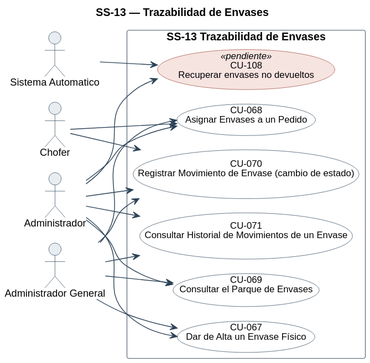
Earlier version of the PlantUML export diagramas/uml/CU_SS-13_Trazabilidad-De-Envases.svg (Nahuelito-Dev/splg-docs).
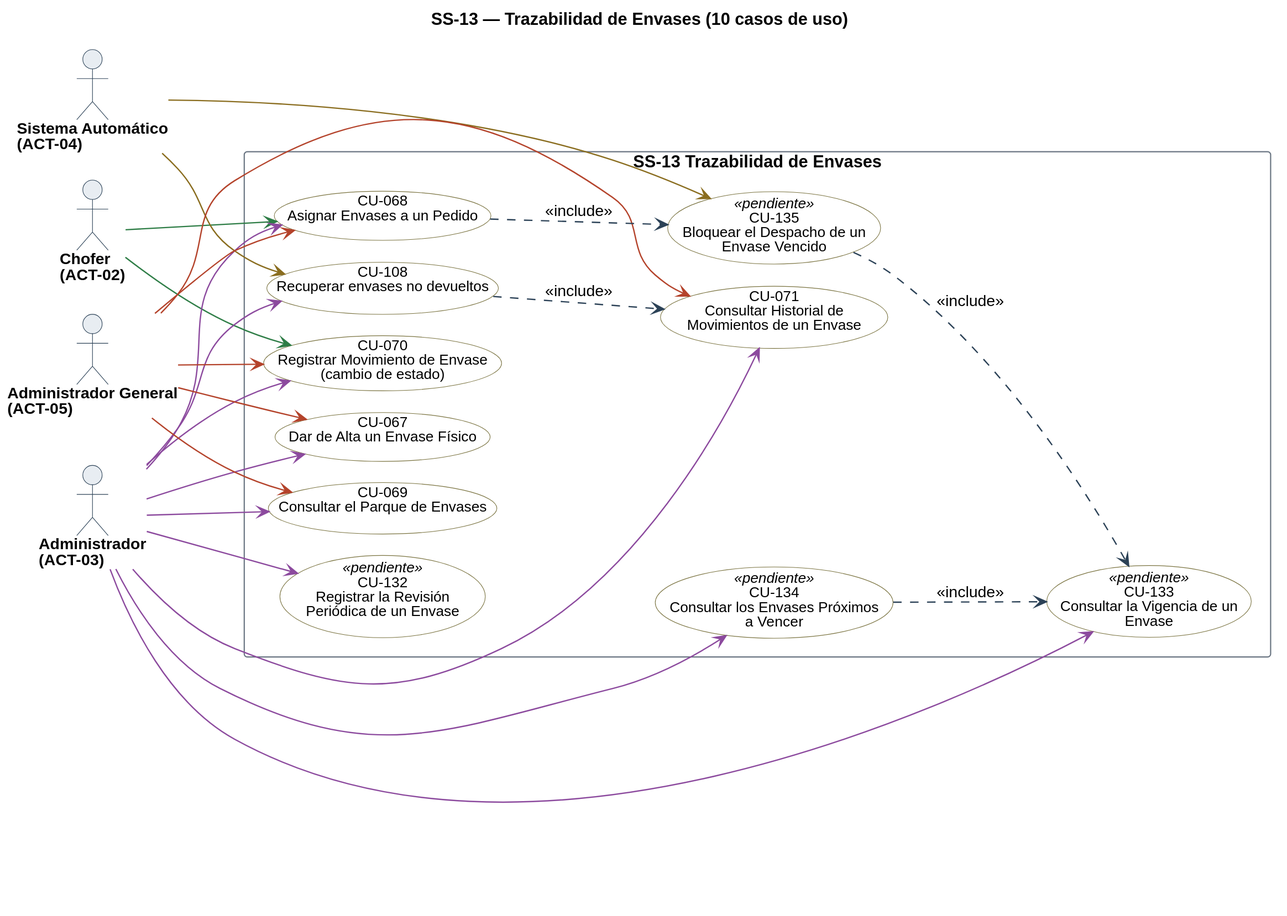
The same file after the commit.

The edit, as a diff of the source:
```diff
@@ -1,22 +1,23 @@
 @startuml
-!pragma layout smetana
-title SS-13 — Trazabilidad de Envases
+title SS-13 — Trazabilidad de Envases (10 casos de uso)
 left to right direction
 skinparam backgroundColor #FFFFFF
 skinparam shadowing false
 skinparam defaultFontName Helvetica
 skinparam defaultFontSize 13
+skinparam dpi 150
 skinparam ArrowColor #2C4257
+skinparam ArrowThickness 1.1
 skinparam actor {
   BorderColor #2C4257
   BackgroundColor #E8EDF2
+  FontSize 13
+  FontStyle bold
 }
 skinparam usecase {
   BorderColor #2C4257
   BackgroundColor #FFFFFF
   FontSize 12
-  BorderColor<<pendiente>> #9C4436
-  BackgroundColor<<pendiente>> #F6E4E1
 }
 skinparam rectangle {
   BorderColor #6B7683
@@ -24,32 +25,52 @@
   FontStyle bold
 }
 
-actor "Chofer" as A2
-actor "Administrador" as A3
-actor "Sistema Automatico" as A4
-actor "Administrador General" as A5
+skinparam nodesep 18
+skinparam ranksep 70
+skinparam usecase {
+  BorderColor<<pendiente>> #9C4436
+  BackgroundColor<<pendiente>> #F6E4E1
+}
+
+actor "Chofer\n(ACT-02)" as A02
+actor "Administrador\n(ACT-03)" as A03
+actor "Sistema Automático\n(ACT-04)" as A04
+actor "Administrador General\n(ACT-05)" as A05
 
 rectangle "SS-13 Trazabilidad de Envases" {
-  usecase "CU-067\nDar de Alta un Envase Físico" as U67
-  usecase "CU-068\nAsignar Envases a un Pedido" as U68
-  usecase "CU-069\nConsultar el Parque de Envases" as U69
-  usecase "CU-070\nRegistrar Movimiento de Envase (cambio de estado)" as U70
-  usecase "CU-071\nConsultar Historial de Movimientos de un Envase" as U71
-  usecase "CU-108\nRecuperar envases no devueltos" as U108 <<pendiente>>
+  usecase "CU-067\nDar de Alta un Envase Físico" as U067 #back:FFFFFF;line:7A7340
+  usecase "CU-068\nAsignar Envases a un Pedido" as U068 #back:FFFFFF;line:7A7340
+  usecase "CU-069\nConsultar el Parque de Envases" as U069 #back:FFFFFF;line:7A7340
+  usecase "CU-070\nRegistrar Movimiento de Envase\n(cambio de estado)" as U070 #back:FFFFFF;line:7A7340
+  usecase "CU-071\nConsultar Historial de\nMovimientos de un Envase" as U071 #back:FFFFFF;line:7A7340
+  usecase "CU-108\nRecuperar envases no devueltos" as U108 #back:FFFFFF;line:7A7340
+  usecase "CU-132\nRegistrar la Revisión\nPeriódica de un Envase" as U132 <<pendiente>> #back:FFFFFF;line:7A7340
+  usecase "CU-133\nConsultar la Vigencia de un\nEnvase" as U133 <<pendiente>> #back:FFFFFF;line:7A7340
+  usecase "CU-134\nConsultar los Envases Próximos\na Vencer" as U134 <<pendiente>> #back:FFFFFF;line:7A7340
+  usecase "CU-135\nBloquear el Despacho de un\nEnvase Vencido" as U135 <<pendiente>> #back:FFFFFF;line:7A7340
 }
 
-A3 --> U67
-A5 --> U67
-A2 --> U68
-A3 --> U68
-A5 --> U68
-A3 --> U69
-A5 --> U69
-A2 --> U70
-A3 --> U70
-A5 --> U70
-A3 --> U71
-A5 --> U71
-A3 --> U108
-A4 --> U108
+A02 -[#2E7D46]-> U068
+A02 -[#2E7D46]-> U070
+A03 -[#8C4A9E]-> U067
+A03 -[#8C4A9E]-> U068
+A03 -[#8C4A9E]-> U069
+A03 -[#8C4A9E]-> U070
+A03 -[#8C4A9E]-> U071
+A03 -[#8C4A9E]-> U108
+A03 -[#8C4A9E]-> U132
+A03 -[#8C4A9E]-> U133
+A03 -[#8C4A9E]-> U134
+A04 -[#8A6D1F]-> U108
+A04 -[#8A6D1F]-> U135
+A05 -[#B4432B]-> U067
+A05 -[#B4432B]-> U068
+A05 -[#B4432B]-> U069
+A05 -[#B4432B]-> U070
+A05 -[#B4432B]-> U071
+
+U135 ..> U133 : <<include>>
+U068 ..> U135 : <<include>>
+U134 ..> U133 : <<include>>
+U108 ..> U071 : <<include>>
 @enduml
```
